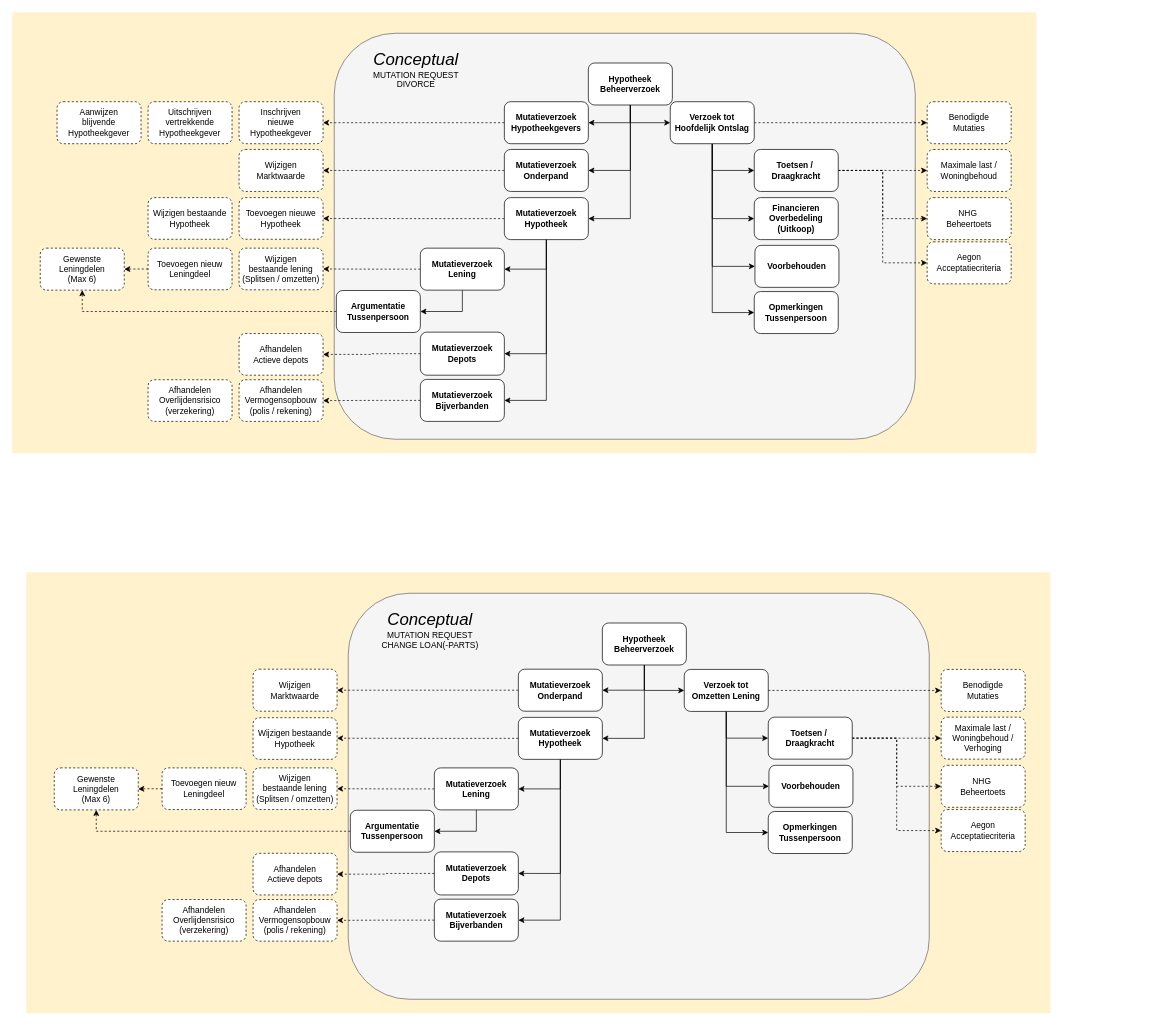
The draw.io diagram page "beheer-mutatie" (7 of 15) of 3rdPartyDatasharing-HDN-MX-SX.drawio in luchthandel/diagrams, before the edit. Source tidied: cells renumbered, new cells numbered last; positions are measured from the earlier drawing's top-left corner, leaving out a move shared by most shapes. Both pictures are drawn from the tidied source at 70%, with x=0, y=0 at pixel (12, 12).
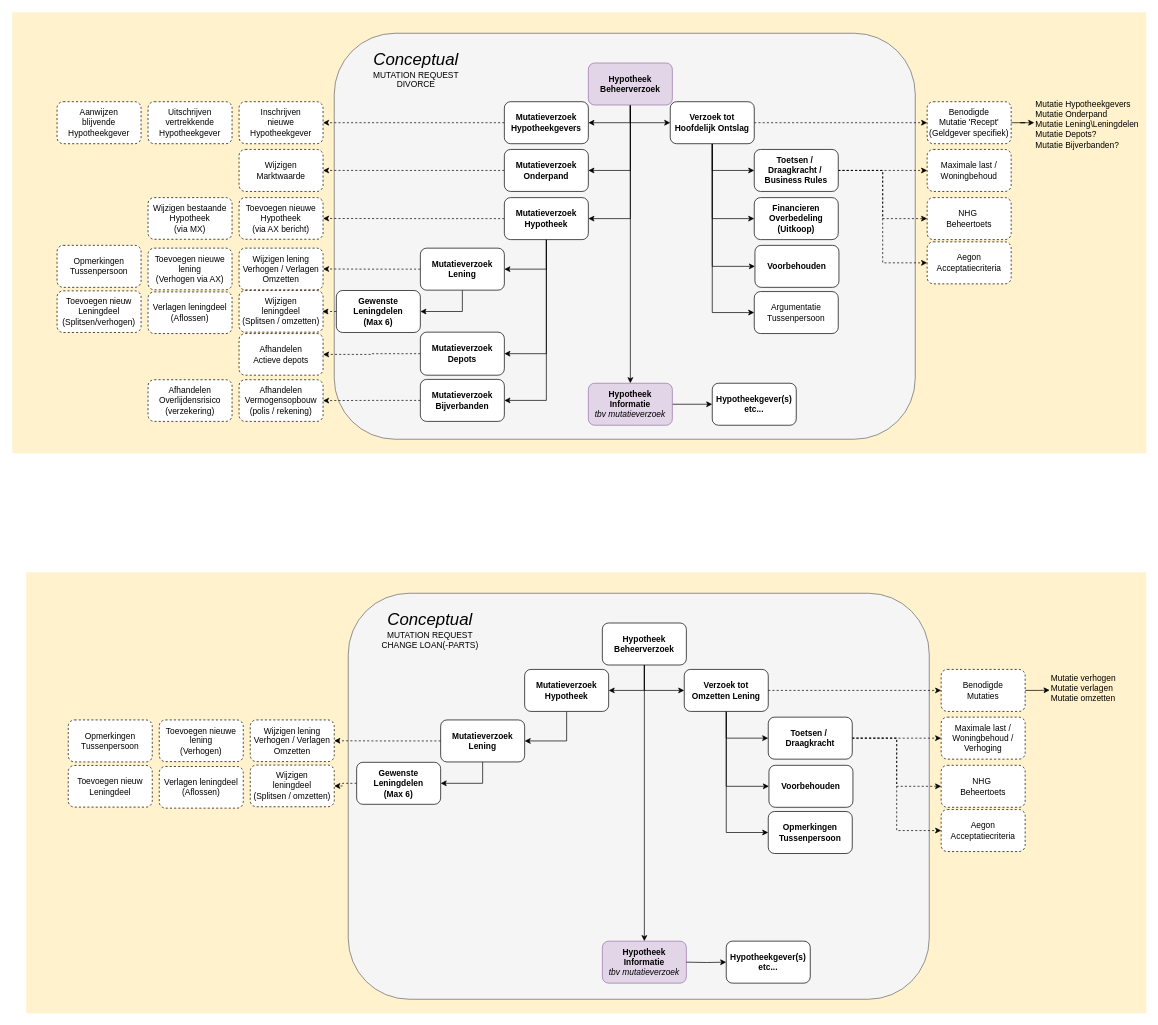
Above is the later version.

Unchanged cells that the change refers to:
```xml
<mxCell id="76" value="&lt;span style=&quot;font-weight: 700&quot;&gt;Hypotheek&lt;/span&gt;&lt;br style=&quot;font-weight: 700&quot;&gt;&lt;span style=&quot;font-weight: 700&quot;&gt;Beheerverzoek&lt;/span&gt;" style="rounded=1;whiteSpace=wrap;html=1;" parent="1" vertex="1">
  <mxGeometry x="843" y="872.5" width="120" height="60" as="geometry" />
</mxCell>
<mxCell id="92" value="&lt;span&gt;Benodigde&lt;br&gt;Mutaties&lt;br&gt;&lt;/span&gt;" style="rounded=1;whiteSpace=wrap;html=1;dashed=1;fontStyle=0;" parent="1" vertex="1">
  <mxGeometry x="1327" y="938.8" width="120" height="60" as="geometry" />
</mxCell>
```

Change to the diagram source:
```diff
@@
     <mxCell id="2" style="rounded=0;whiteSpace=wrap;html=1;fontSize=30;align=right;fillColor=#fff2cc;strokeColor=none;" parent="1" vertex="1">
-      <mxGeometry width="1463.2" height="630" as="geometry" />
+      <mxGeometry width="1620" height="630" as="geometry" />
     </mxCell>
@@
+    <mxCell id="105" style="edgeStyle=orthogonalEdgeStyle;rounded=0;jettySize=auto;html=1;exitX=0.5;exitY=1;exitDx=0;exitDy=0;entryX=0.5;entryY=0;entryDx=0;entryDy=0;" parent="1" edge="1" source="23" target="117">
+      <mxGeometry relative="1" as="geometry" />
+    </mxCell>
-    <mxCell id="23" value="&lt;span style=&quot;font-weight: 700&quot;&gt;Hypotheek&lt;/span&gt;&lt;br style=&quot;font-weight: 700&quot;&gt;&lt;span style=&quot;font-weight: 700&quot;&gt;Beheerverzoek&lt;/span&gt;" style="rounded=1;whiteSpace=wrap;html=1;" parent="1" vertex="1">
+    <mxCell id="23" value="&lt;span style=&quot;font-weight: 700&quot;&gt;Hypotheek&lt;/span&gt;&lt;br style=&quot;font-weight: 700&quot;&gt;&lt;span style=&quot;font-weight: 700&quot;&gt;Beheerverzoek&lt;/span&gt;" style="rounded=1;whiteSpace=wrap;html=1;fillColor=#e1d5e7;strokeColor=#9673a6;" parent="1" vertex="1">
       <mxGeometry x="823" y="72.5" width="120" height="60" as="geometry" />
     </mxCell>
@@
-    <mxCell id="34" style="edgeStyle=orthogonalEdgeStyle;rounded=0;jettySize=auto;html=1;exitX=0;exitY=0.5;exitDx=0;exitDy=0;dashed=1;" parent="1" edge="1" source="35" target="56">
-      <mxGeometry relative="1" as="geometry" />
-    </mxCell>
-    <mxCell id="35" value="&lt;span&gt;Argumentatie&lt;br&gt;Tussenpersoon&lt;br&gt;&lt;/span&gt;" style="rounded=1;whiteSpace=wrap;html=1;fontStyle=1;" parent="1" vertex="1">
+    <mxCell id="35" value="Gewenste&lt;br&gt;Leningdelen&lt;br&gt;(Max 6)&lt;span&gt;&lt;br&gt;&lt;/span&gt;" style="rounded=1;whiteSpace=wrap;html=1;fontStyle=1;" parent="1" vertex="1">
       <mxGeometry x="463" y="397.5" width="120" height="60" as="geometry" />
     </mxCell>
@@
-    <mxCell id="39" value="Toetsen /&amp;nbsp;&lt;br&gt;Draagkracht" style="rounded=1;whiteSpace=wrap;html=1;fontStyle=1;" parent="1" vertex="1">
+    <mxCell id="39" value="Toetsen /&amp;nbsp;&lt;br&gt;Draagkracht /&amp;nbsp;&lt;br&gt;Business Rules" style="rounded=1;whiteSpace=wrap;html=1;fontStyle=1;" parent="1" vertex="1">
       <mxGeometry x="1060" y="196" width="120" height="60" as="geometry" />
     </mxCell>
-    <mxCell id="40" value="&lt;span&gt;Opmerkingen&lt;br&gt;Tussenpersoon&lt;br&gt;&lt;/span&gt;" style="rounded=1;whiteSpace=wrap;html=1;fontStyle=1;" parent="1" vertex="1">
+    <mxCell id="40" value="&lt;span style=&quot;font-weight: 400&quot;&gt;Argumentatie&lt;/span&gt;&lt;br style=&quot;font-weight: 400&quot;&gt;&lt;span style=&quot;font-weight: 400&quot;&gt;Tussenpersoon&lt;/span&gt;&lt;span&gt;&lt;br&gt;&lt;/span&gt;" style="rounded=1;whiteSpace=wrap;html=1;fontStyle=1;" parent="1" vertex="1">
       <mxGeometry x="1060" y="399" width="120" height="60" as="geometry" />
     </mxCell>
+    <mxCell id="106" style="edgeStyle=orthogonalEdgeStyle;rounded=0;jettySize=auto;html=1;exitX=1;exitY=0.5;exitDx=0;exitDy=0;" parent="1" edge="1" source="41" target="115">
+      <mxGeometry relative="1" as="geometry" />
+    </mxCell>
-    <mxCell id="41" value="&lt;span&gt;Benodigde&lt;br&gt;Mutaties&lt;br&gt;&lt;/span&gt;" style="rounded=1;whiteSpace=wrap;html=1;dashed=1;fontStyle=0;" parent="1" vertex="1">
+    <mxCell id="41" value="&lt;span&gt;Benodigde&lt;br&gt;Mutatie 'Recept'&lt;br&gt;(Geldgever specifiek)&lt;br&gt;&lt;/span&gt;" style="rounded=1;whiteSpace=wrap;html=1;dashed=1;fontStyle=0;" parent="1" vertex="1">
       <mxGeometry x="1307" y="127.8" width="120" height="60" as="geometry" />
     </mxCell>
@@
-    <mxCell id="45" value="&lt;span&gt;Toevoegen nieuwe&lt;br&gt;Hypotheek&lt;br&gt;&lt;/span&gt;" style="rounded=1;whiteSpace=wrap;html=1;dashed=1;fontStyle=0;" parent="1" vertex="1">
+    <mxCell id="45" value="&lt;span&gt;Toevoegen nieuwe&lt;br&gt;Hypotheek&lt;br&gt;(via AX bericht)&lt;br&gt;&lt;/span&gt;" style="rounded=1;whiteSpace=wrap;html=1;dashed=1;fontStyle=0;" parent="1" vertex="1">
       <mxGeometry x="324" y="264.8" width="120" height="59.5" as="geometry" />
     </mxCell>
-    <mxCell id="46" value="&lt;span&gt;Wijzigen bestaande&lt;br&gt;Hypotheek&lt;br&gt;&lt;/span&gt;" style="rounded=1;whiteSpace=wrap;html=1;dashed=1;fontStyle=0;" parent="1" vertex="1">
+    <mxCell id="46" value="&lt;span&gt;Wijzigen bestaande&lt;br&gt;Hypotheek&lt;br&gt;(via MX)&lt;br&gt;&lt;/span&gt;" style="rounded=1;whiteSpace=wrap;html=1;dashed=1;fontStyle=0;" parent="1" vertex="1">
       <mxGeometry x="194" y="264.8" width="120" height="59.5" as="geometry" />
     </mxCell>
-    <mxCell id="47" value="&lt;span&gt;Wijzigen &lt;br&gt;bestaande lening&lt;br&gt;(Splitsen / omzetten)&lt;br&gt;&lt;/span&gt;" style="rounded=1;whiteSpace=wrap;html=1;dashed=1;fontStyle=0;" parent="1" vertex="1">
+    <mxCell id="47" value="&lt;span&gt;Wijzigen lening&lt;br&gt;Verhogen / Verlagen&lt;br&gt;Omzetten&lt;br&gt;&lt;/span&gt;" style="rounded=1;whiteSpace=wrap;html=1;dashed=1;fontStyle=0;" parent="1" vertex="1">
       <mxGeometry x="324" y="337" width="120" height="59.5" as="geometry" />
     </mxCell>
-    <mxCell id="48" style="edgeStyle=orthogonalEdgeStyle;rounded=0;jettySize=auto;html=1;exitX=0;exitY=0.5;exitDx=0;exitDy=0;dashed=1;" parent="1" edge="1" source="49" target="56">
-      <mxGeometry relative="1" as="geometry" />
-    </mxCell>
-    <mxCell id="49" value="&lt;span&gt;Toevoegen nieuw&lt;br&gt;Leningdeel&lt;br&gt;&lt;/span&gt;" style="rounded=1;whiteSpace=wrap;html=1;dashed=1;fontStyle=0;" parent="1" vertex="1">
+    <mxCell id="49" value="&lt;span&gt;Toevoegen nieuwe&lt;br&gt;lening&lt;br&gt;(Verhogen via AX)&lt;br&gt;&lt;/span&gt;" style="rounded=1;whiteSpace=wrap;html=1;dashed=1;fontStyle=0;" parent="1" vertex="1">
       <mxGeometry x="194" y="337" width="120" height="59.5" as="geometry" />
     </mxCell>
@@
-    <mxCell id="56" value="&lt;span&gt;Gewenste&lt;br&gt;Leningdelen&lt;br&gt;(Max 6)&lt;br&gt;&lt;/span&gt;" style="rounded=1;whiteSpace=wrap;html=1;fontStyle=0;dashed=1;" parent="1" vertex="1">
-      <mxGeometry x="40" y="337" width="120" height="60" as="geometry" />
+    <mxCell id="56" value="&lt;span&gt;Opmerkingen&lt;br&gt;Tussenpersoon&lt;br&gt;&lt;/span&gt;" style="rounded=1;whiteSpace=wrap;html=1;fontStyle=0;dashed=1;" parent="1" vertex="1">
+      <mxGeometry x="64" y="333" width="120" height="60" as="geometry" />
     </mxCell>
@@
     <mxCell id="58" style="rounded=0;whiteSpace=wrap;html=1;fontSize=30;align=right;fillColor=#fff2cc;strokeColor=none;" parent="1" vertex="1">
-      <mxGeometry x="20" y="800" width="1463.2" height="630" as="geometry" />
+      <mxGeometry x="20" y="800" width="1600" height="630" as="geometry" />
     </mxCell>
@@
-    <mxCell id="62" style="edgeStyle=orthogonalEdgeStyle;rounded=0;jettySize=auto;html=1;exitX=0;exitY=0.5;exitDx=0;exitDy=0;entryX=1;entryY=0.5;entryDx=0;entryDy=0;dashed=1;" parent="1" edge="1" source="63" target="93">
-      <mxGeometry relative="1" as="geometry" />
-    </mxCell>
-    <mxCell id="63" value="&lt;b&gt;Mutatieverzoek&lt;/b&gt;&lt;b&gt;&lt;br&gt;Onderpand&lt;/b&gt;&lt;b&gt;&lt;br&gt;&lt;/b&gt;" style="rounded=1;whiteSpace=wrap;html=1;" parent="1" vertex="1">
-      <mxGeometry x="723" y="938.5" width="120" height="60" as="geometry" />
-    </mxCell>
@@
-    <mxCell id="65" style="edgeStyle=orthogonalEdgeStyle;rounded=0;jettySize=auto;html=1;entryX=1;entryY=0.5;entryDx=0;entryDy=0;exitX=0.5;exitY=1;exitDx=0;exitDy=0;" parent="1" edge="1" source="68" target="78">
-      <mxGeometry relative="1" as="geometry" />
-    </mxCell>
-    <mxCell id="66" style="edgeStyle=orthogonalEdgeStyle;rounded=0;jettySize=auto;html=1;exitX=0.5;exitY=1;exitDx=0;exitDy=0;entryX=1;entryY=0.5;entryDx=0;entryDy=0;" parent="1" edge="1" source="68" target="80">
-      <mxGeometry relative="1" as="geometry" />
-    </mxCell>
-    <mxCell id="67" style="edgeStyle=orthogonalEdgeStyle;rounded=0;jettySize=auto;html=1;exitX=0;exitY=0.5;exitDx=0;exitDy=0;dashed=1;" parent="1" edge="1" source="68">
-      <mxGeometry relative="1" as="geometry">
-        <mxPoint x="464" y="1037.1" as="targetPoint" />
-      </mxGeometry>
-    </mxCell>
     <mxCell id="68" value="&lt;b&gt;Mutatieverzoek&lt;/b&gt;&lt;b&gt;&lt;br&gt;Hypotheek&lt;/b&gt;&lt;b&gt;&lt;br&gt;&lt;/b&gt;" style="rounded=1;whiteSpace=wrap;html=1;" parent="1" vertex="1">
-      <mxGeometry x="723" y="1007.3" width="120" height="60" as="geometry" />
+      <mxGeometry x="732" y="938.8" width="120" height="60" as="geometry" />
     </mxCell>
@@
-    <mxCell id="70" style="edgeStyle=orthogonalEdgeStyle;rounded=0;jettySize=auto;html=1;exitX=0;exitY=0.5;exitDx=0;exitDy=0;entryX=1;entryY=0.5;entryDx=0;entryDy=0;dashed=1;" parent="1" edge="1" source="71" target="95">
-      <mxGeometry relative="1" as="geometry" />
-    </mxCell>
+    <mxCell id="107" style="edgeStyle=orthogonalEdgeStyle;rounded=0;jettySize=auto;html=1;exitX=0;exitY=0.5;exitDx=0;exitDy=0;entryX=1;entryY=0.5;entryDx=0;entryDy=0;dashed=1;" parent="1" edge="1" source="71" target="123">
+      <mxGeometry relative="1" as="geometry" />
+    </mxCell>
     <mxCell id="71" value="&lt;b&gt;Mutatieverzoek&lt;br&gt;Lening&lt;br&gt;&lt;/b&gt;" style="rounded=1;whiteSpace=wrap;html=1;" parent="1" vertex="1">
-      <mxGeometry x="603" y="1079.5" width="120" height="60" as="geometry" />
+      <mxGeometry x="612" y="1011" width="120" height="60" as="geometry" />
     </mxCell>
-    <mxCell id="72" style="edgeStyle=orthogonalEdgeStyle;rounded=0;jettySize=auto;html=1;exitX=0.5;exitY=1;exitDx=0;exitDy=0;entryX=1;entryY=0.5;entryDx=0;entryDy=0;" parent="1" edge="1" source="76" target="63">
-      <mxGeometry relative="1" as="geometry" />
-    </mxCell>
@@
+    <mxCell id="108" style="edgeStyle=orthogonalEdgeStyle;rounded=0;jettySize=auto;html=1;exitX=0.5;exitY=1;exitDx=0;exitDy=0;entryX=0.5;entryY=0;entryDx=0;entryDy=0;" parent="1" edge="1" source="76" target="118">
+      <mxGeometry relative="1" as="geometry" />
+    </mxCell>
@@
-    <mxCell id="77" style="edgeStyle=orthogonalEdgeStyle;rounded=0;jettySize=auto;html=1;exitX=0;exitY=0.5;exitDx=0;exitDy=0;dashed=1;" parent="1" edge="1" source="78" target="98">
-      <mxGeometry relative="1" as="geometry" />
-    </mxCell>
-    <mxCell id="78" value="&lt;b&gt;Mutatieverzoek&lt;br&gt;&lt;/b&gt;&lt;b&gt;Depots&lt;/b&gt;&lt;b&gt;&lt;br&gt;&lt;/b&gt;" style="rounded=1;whiteSpace=wrap;html=1;" parent="1" vertex="1">
-      <mxGeometry x="603" y="1199.5" width="120" height="61.5" as="geometry" />
-    </mxCell>
-    <mxCell id="79" style="edgeStyle=orthogonalEdgeStyle;rounded=0;jettySize=auto;html=1;exitX=0;exitY=0.5;exitDx=0;exitDy=0;dashed=1;" parent="1" edge="1" source="80" target="99">
-      <mxGeometry relative="1" as="geometry" />
-    </mxCell>
-    <mxCell id="80" value="&lt;b&gt;Mutatieverzoek&lt;br&gt;Bijverbanden&lt;br&gt;&lt;/b&gt;" style="rounded=1;whiteSpace=wrap;html=1;" parent="1" vertex="1">
-      <mxGeometry x="603" y="1267" width="120" height="60" as="geometry" />
-    </mxCell>
@@
-    <mxCell id="85" style="edgeStyle=orthogonalEdgeStyle;rounded=0;jettySize=auto;html=1;exitX=0;exitY=0.5;exitDx=0;exitDy=0;dashed=1;" parent="1" edge="1" source="86" target="104">
-      <mxGeometry relative="1" as="geometry" />
-    </mxCell>
+    <mxCell id="109" style="edgeStyle=orthogonalEdgeStyle;rounded=0;jettySize=auto;html=1;exitX=0;exitY=0.5;exitDx=0;exitDy=0;dashed=1;" parent="1" edge="1" source="86" target="126">
+      <mxGeometry relative="1" as="geometry" />
+    </mxCell>
-    <mxCell id="86" value="&lt;span&gt;Argumentatie&lt;br&gt;Tussenpersoon&lt;br&gt;&lt;/span&gt;" style="rounded=1;whiteSpace=wrap;html=1;fontStyle=1;" parent="1" vertex="1">
-      <mxGeometry x="483" y="1140" width="120" height="60" as="geometry" />
+    <mxCell id="86" value="Gewenste&lt;br&gt;Leningdelen&lt;br&gt;(Max 6)&lt;span&gt;&lt;br&gt;&lt;/span&gt;" style="rounded=1;whiteSpace=wrap;html=1;fontStyle=1;" parent="1" vertex="1">
+      <mxGeometry x="492" y="1071.5" width="120" height="60" as="geometry" />
     </mxCell>
@@
+    <mxCell id="110" style="edgeStyle=orthogonalEdgeStyle;rounded=0;jettySize=auto;html=1;exitX=1;exitY=0.5;exitDx=0;exitDy=0;" parent="1" edge="1" source="92" target="122">
+      <mxGeometry relative="1" as="geometry" />
+    </mxCell>
@@
-    <mxCell id="93" value="&lt;span&gt;Wijzigen&lt;br&gt;Marktwaarde&lt;br&gt;&lt;/span&gt;" style="rounded=1;whiteSpace=wrap;html=1;dashed=1;fontStyle=0;" parent="1" vertex="1">
-      <mxGeometry x="344" y="938.5" width="120" height="60" as="geometry" />
-    </mxCell>
-    <mxCell id="94" value="&lt;span&gt;Wijzigen bestaande&lt;br&gt;Hypotheek&lt;br&gt;&lt;/span&gt;" style="rounded=1;whiteSpace=wrap;html=1;dashed=1;fontStyle=0;" parent="1" vertex="1">
-      <mxGeometry x="344" y="1007.8" width="120" height="59.5" as="geometry" />
-    </mxCell>
-    <mxCell id="95" value="&lt;span&gt;Wijzigen &lt;br&gt;bestaande lening&lt;br&gt;(Splitsen / omzetten)&lt;br&gt;&lt;/span&gt;" style="rounded=1;whiteSpace=wrap;html=1;dashed=1;fontStyle=0;" parent="1" vertex="1">
-      <mxGeometry x="344" y="1079.5" width="120" height="59.5" as="geometry" />
-    </mxCell>
-    <mxCell id="96" style="edgeStyle=orthogonalEdgeStyle;rounded=0;jettySize=auto;html=1;exitX=0;exitY=0.5;exitDx=0;exitDy=0;dashed=1;" parent="1" edge="1" source="97" target="104">
-      <mxGeometry relative="1" as="geometry" />
-    </mxCell>
-    <mxCell id="97" value="&lt;span&gt;Toevoegen nieuw&lt;br&gt;Leningdeel&lt;br&gt;&lt;/span&gt;" style="rounded=1;whiteSpace=wrap;html=1;dashed=1;fontStyle=0;" parent="1" vertex="1">
-      <mxGeometry x="214" y="1079.5" width="120" height="59.5" as="geometry" />
-    </mxCell>
-    <mxCell id="98" value="&lt;span&gt;Afhandelen&lt;br&gt;Actieve depots&lt;br&gt;&lt;/span&gt;" style="rounded=1;whiteSpace=wrap;html=1;dashed=1;fontStyle=0;" parent="1" vertex="1">
-      <mxGeometry x="344" y="1201.5" width="120" height="59.5" as="geometry" />
-    </mxCell>
-    <mxCell id="99" value="&lt;span&gt;Afhandelen&lt;br&gt;Vermogensopbouw&lt;br&gt;(polis / rekening)&lt;br&gt;&lt;/span&gt;" style="rounded=1;whiteSpace=wrap;html=1;dashed=1;fontStyle=0;" parent="1" vertex="1">
-      <mxGeometry x="344" y="1267.5" width="120" height="59.5" as="geometry" />
-    </mxCell>
-    <mxCell id="100" value="&lt;span&gt;Afhandelen&lt;br&gt;Overlijdensrisico&lt;br&gt;(verzekering)&lt;br&gt;&lt;/span&gt;" style="rounded=1;whiteSpace=wrap;html=1;dashed=1;fontStyle=0;" parent="1" vertex="1">
-      <mxGeometry x="214" y="1267.5" width="120" height="59.5" as="geometry" />
-    </mxCell>
@@
-    <mxCell id="104" value="&lt;span&gt;Gewenste&lt;br&gt;Leningdelen&lt;br&gt;(Max 6)&lt;br&gt;&lt;/span&gt;" style="rounded=1;whiteSpace=wrap;html=1;fontStyle=0;dashed=1;" parent="1" vertex="1">
-      <mxGeometry x="60" y="1079.5" width="120" height="60" as="geometry" />
-    </mxCell>
+    <mxCell id="111" value="&lt;span&gt;Wijzigen &lt;br&gt;leningdeel&lt;br&gt;(Splitsen / omzetten)&lt;br&gt;&lt;/span&gt;" style="rounded=1;whiteSpace=wrap;html=1;dashed=1;fontStyle=0;" parent="1" vertex="1">
+      <mxGeometry x="324" y="397.5" width="120" height="59.5" as="geometry" />
+    </mxCell>
+    <mxCell id="112" style="edgeStyle=orthogonalEdgeStyle;rounded=0;jettySize=auto;html=1;exitX=0;exitY=0.5;exitDx=0;exitDy=0;dashed=1;" parent="1" edge="1" source="35" target="111">
+      <mxGeometry relative="1" as="geometry" />
+    </mxCell>
+    <mxCell id="113" value="&lt;span&gt;Toevoegen nieuw&lt;br&gt;Leningdeel&lt;br&gt;(Splitsen/verhogen)&lt;br&gt;&lt;/span&gt;" style="rounded=1;whiteSpace=wrap;html=1;dashed=1;fontStyle=0;" parent="1" vertex="1">
+      <mxGeometry x="64" y="398" width="120" height="59.5" as="geometry" />
+    </mxCell>
+    <mxCell id="114" value="&lt;span&gt;Verlagen leningdeel&lt;br&gt;(Aflossen)&lt;br&gt;&lt;/span&gt;" style="rounded=1;whiteSpace=wrap;html=1;dashed=1;fontStyle=0;" parent="1" vertex="1">
+      <mxGeometry x="194" y="399.5" width="120" height="59.5" as="geometry" />
+    </mxCell>
+    <mxCell id="115" value="Mutatie Hypotheekgevers&lt;br&gt;Mutatie Onderpand&lt;br&gt;Mutatie Lening\Leningdelen&lt;br&gt;Mutatie Depots?&lt;br&gt;Mutatie Bijverbanden?" style="text;html=1;" parent="1" vertex="1">
+      <mxGeometry x="1460" y="117.8" width="110" height="80" as="geometry" />
+    </mxCell>
+    <mxCell id="116" style="edgeStyle=orthogonalEdgeStyle;rounded=0;jettySize=auto;html=1;exitX=1;exitY=0.5;exitDx=0;exitDy=0;" parent="1" edge="1" source="117" target="119">
+      <mxGeometry relative="1" as="geometry" />
+    </mxCell>
+    <mxCell id="117" value="&lt;span style=&quot;font-weight: 700&quot;&gt;Hypotheek&lt;/span&gt;&lt;br style=&quot;font-weight: 700&quot;&gt;&lt;b&gt;Informatie&lt;/b&gt;&lt;br&gt;&lt;i&gt;tbv mutatieverzoek&lt;/i&gt;" style="rounded=1;whiteSpace=wrap;html=1;fillColor=#e1d5e7;strokeColor=#9673a6;" parent="1" vertex="1">
+      <mxGeometry x="823" y="530" width="120" height="60" as="geometry" />
+    </mxCell>
+    <mxCell id="118" value="&lt;span style=&quot;font-weight: 700&quot;&gt;Hypotheek&lt;/span&gt;&lt;br style=&quot;font-weight: 700&quot;&gt;&lt;b&gt;Informatie&lt;/b&gt;&lt;br&gt;&lt;i&gt;tbv mutatieverzoek&lt;/i&gt;" style="rounded=1;whiteSpace=wrap;html=1;fillColor=#e1d5e7;strokeColor=#9673a6;" parent="1" vertex="1">
+      <mxGeometry x="843" y="1327" width="120" height="60" as="geometry" />
+    </mxCell>
+    <mxCell id="119" value="Hypotheekgever(s)&lt;br&gt;etc..." style="rounded=1;whiteSpace=wrap;html=1;fontStyle=1;" parent="1" vertex="1">
+      <mxGeometry x="1000" y="530" width="120" height="60" as="geometry" />
+    </mxCell>
+    <mxCell id="120" style="edgeStyle=orthogonalEdgeStyle;rounded=0;jettySize=auto;html=1;exitX=1;exitY=0.5;exitDx=0;exitDy=0;" parent="1" edge="1" target="121">
+      <mxGeometry relative="1" as="geometry">
+        <mxPoint x="963" y="1357" as="sourcePoint" />
+      </mxGeometry>
+    </mxCell>
+    <mxCell id="121" value="Hypotheekgever(s)&lt;br&gt;etc..." style="rounded=1;whiteSpace=wrap;html=1;fontStyle=1;" parent="1" vertex="1">
+      <mxGeometry x="1020" y="1327" width="120" height="60" as="geometry" />
+    </mxCell>
+    <mxCell id="122" value="Mutatie verhogen&lt;br&gt;Mutatie verlagen&lt;br&gt;Mutatie omzetten" style="text;html=1;" parent="1" vertex="1">
+      <mxGeometry x="1482" y="937.8" width="110" height="61.2" as="geometry" />
+    </mxCell>
+    <mxCell id="123" value="&lt;span&gt;Wijzigen lening&lt;br&gt;Verhogen / Verlagen&lt;br&gt;Omzetten&lt;br&gt;&lt;/span&gt;" style="rounded=1;whiteSpace=wrap;html=1;dashed=1;fontStyle=0;" parent="1" vertex="1">
+      <mxGeometry x="340" y="1011" width="120" height="59.5" as="geometry" />
+    </mxCell>
+    <mxCell id="124" value="&lt;span&gt;Toevoegen nieuwe&lt;br&gt;lening&lt;br&gt;(Verhogen)&lt;br&gt;&lt;/span&gt;" style="rounded=1;whiteSpace=wrap;html=1;dashed=1;fontStyle=0;" parent="1" vertex="1">
+      <mxGeometry x="210" y="1011" width="120" height="59.5" as="geometry" />
+    </mxCell>
+    <mxCell id="125" value="&lt;span&gt;Opmerkingen&lt;br&gt;Tussenpersoon&lt;br&gt;&lt;/span&gt;" style="rounded=1;whiteSpace=wrap;html=1;fontStyle=0;dashed=1;" parent="1" vertex="1">
+      <mxGeometry x="80" y="1011" width="120" height="60" as="geometry" />
+    </mxCell>
+    <mxCell id="126" value="&lt;span&gt;Wijzigen &lt;br&gt;leningdeel&lt;br&gt;(Splitsen / omzetten)&lt;br&gt;&lt;/span&gt;" style="rounded=1;whiteSpace=wrap;html=1;dashed=1;fontStyle=0;" parent="1" vertex="1">
+      <mxGeometry x="340" y="1075.5" width="120" height="59.5" as="geometry" />
+    </mxCell>
+    <mxCell id="97" value="&lt;span&gt;Toevoegen nieuw&lt;br&gt;Leningdeel&lt;br&gt;&lt;/span&gt;" style="rounded=1;whiteSpace=wrap;html=1;dashed=1;fontStyle=0;" parent="1" vertex="1">
+      <mxGeometry x="80" y="1076" width="120" height="59.5" as="geometry" />
+    </mxCell>
+    <mxCell id="127" value="&lt;span&gt;Verlagen leningdeel&lt;br&gt;(Aflossen)&lt;br&gt;&lt;/span&gt;" style="rounded=1;whiteSpace=wrap;html=1;dashed=1;fontStyle=0;" parent="1" vertex="1">
+      <mxGeometry x="210" y="1077.5" width="120" height="59.5" as="geometry" />
+    </mxCell>
```
